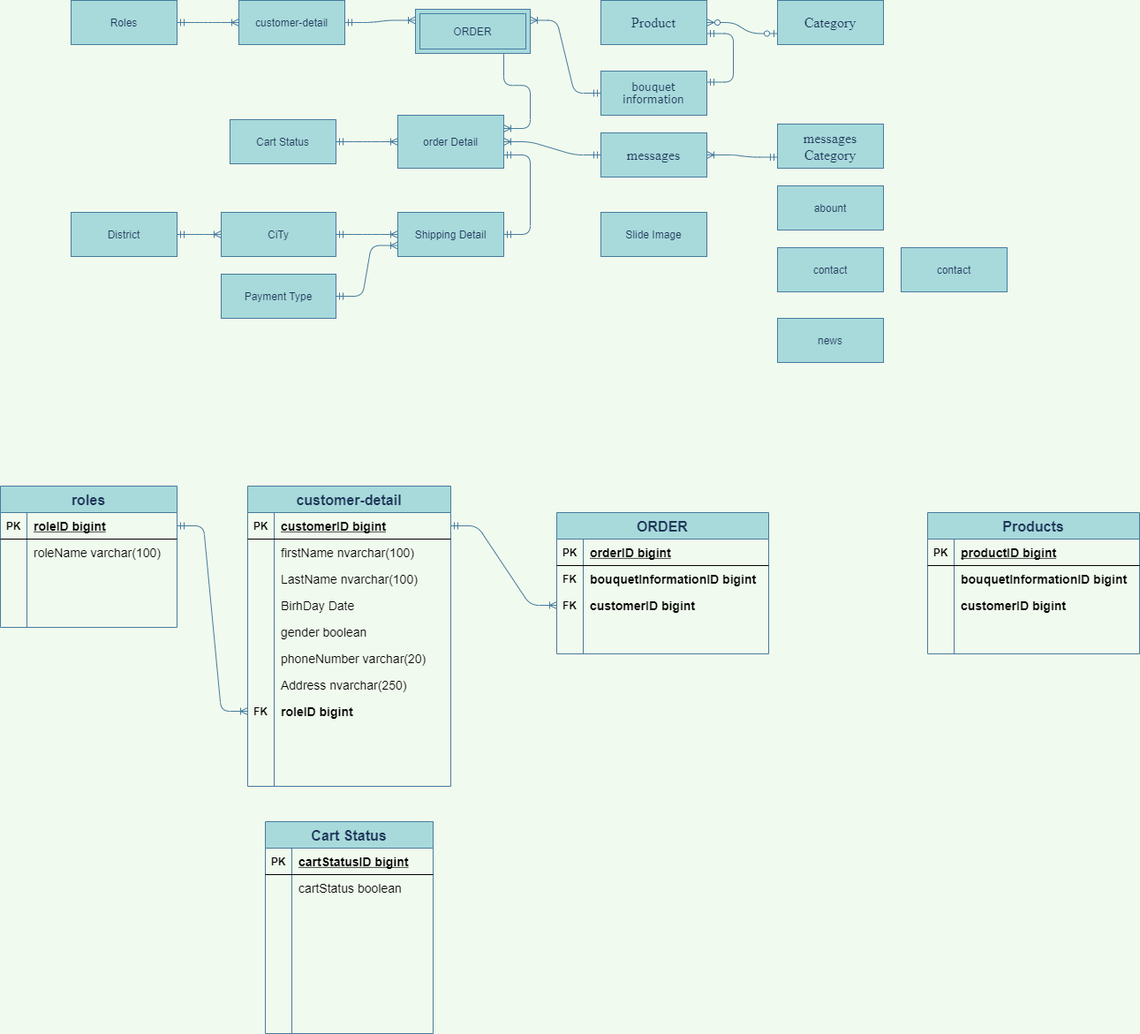
Before: Untitled Diagram.png, a diagram exported from draw.io (maialino123/Eproject-SEM3). Source tidied: cells renumbered, new cells last; positions are measured from the earlier drawing's top-left corner, leaving out a move shared by most shapes.
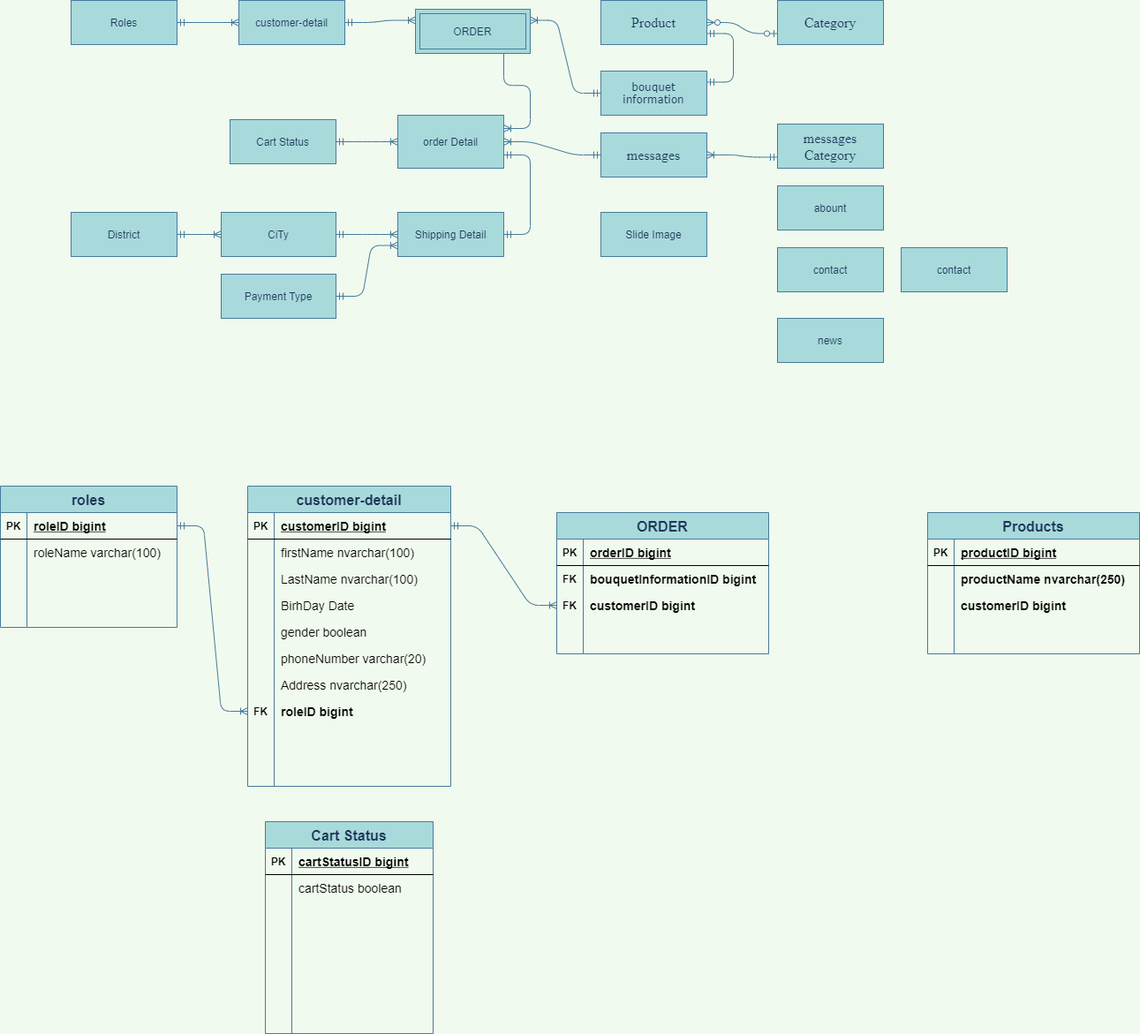
The same diagram one commit later.

Change to the diagram source:
```diff
@@ -341,7 +341,7 @@
     <mxCell id="114" style="shape=partialRectangle;fillColor=none;top=0;left=0;bottom=0;right=0;overflow=hidden;fontStyle=1;" parent="113" vertex="1">
       <mxGeometry width="30" height="30" as="geometry" />
     </mxCell>
-    <mxCell id="115" value="bouquetInformationID bigint " style="shape=partialRectangle;fillColor=none;top=0;left=0;bottom=0;right=0;align=left;spacingLeft=6;overflow=hidden;fontSize=14;fontStyle=1;" parent="113" vertex="1">
+    <mxCell id="115" value="productName nvarchar(250)" style="shape=partialRectangle;fillColor=none;top=0;left=0;bottom=0;right=0;align=left;spacingLeft=6;overflow=hidden;fontSize=14;fontStyle=1;" parent="113" vertex="1">
       <mxGeometry x="30" width="210" height="30" as="geometry" />
     </mxCell>
     <mxCell id="116" style="shape=partialRectangle;fillColor=none;top=0;left=0;bottom=0;right=0;" parent="109" vertex="1">
```
